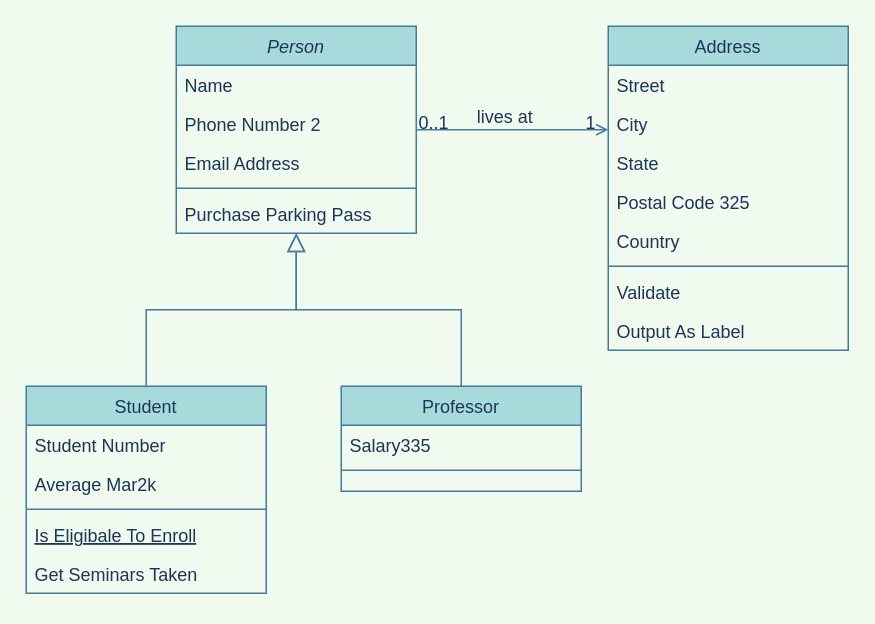
This is Untitled Diagram.drawio from miki-hmt/web-study-note, a draw.io file, before an edit. Source tidied: cells renumbered, new cells numbered last; positions are measured from the earlier drawing's top-left corner, leaving out a move shared by most shapes. Both pictures are drawn from the tidied source at 150%, with x=0, y=0 at pixel (26, 26).
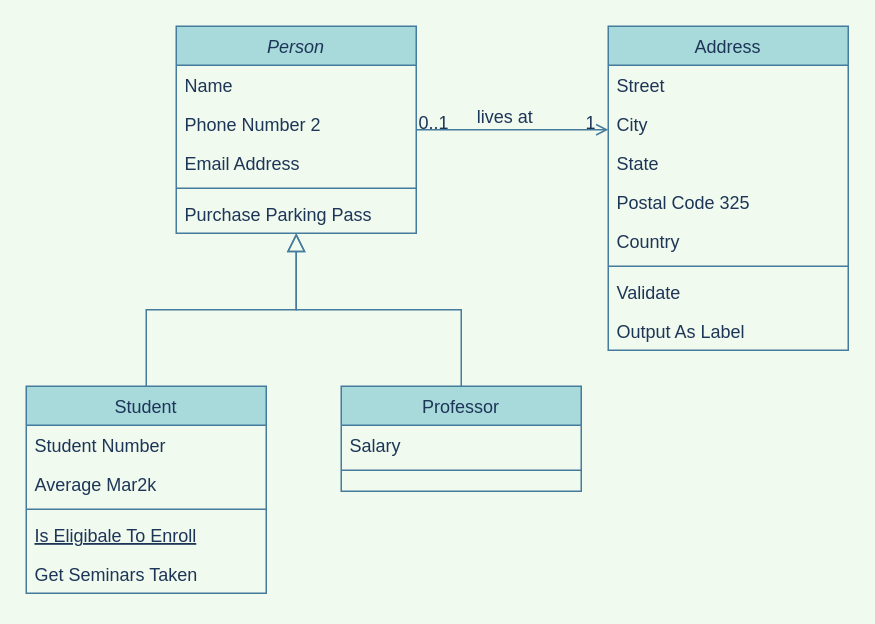
The same diagram, later.

Commit message:
更新并重命名测试文件.drawio

Unchanged cells that the change refers to:
```xml
<mxCell id="15" value="Professor" style="swimlane;fontStyle=0;align=center;verticalAlign=top;horizontal=1;startSize=26;rounded=0;shadow=0;strokeWidth=1;fillColor=#A8DADC;strokeColor=#457B9D;fontColor=#1D3557;" parent="1" vertex="1">
  <mxGeometry x="210" y="240" width="160" height="70" as="geometry" />
</mxCell>
```

The edit, as a diff of the source:
```diff
@@
-    <mxCell id="16" value="Salary335" style="text;align=left;verticalAlign=top;spacingLeft=4;spacingRight=4;overflow=hidden;fontColor=#1D3557;" parent="15" vertex="1">
+    <mxCell id="16" value="Salary" style="text;align=left;verticalAlign=top;spacingLeft=4;spacingRight=4;overflow=hidden;fontColor=#1D3557;" parent="15" vertex="1">
       <mxGeometry y="26" width="160" height="26" as="geometry" />
     </mxCell>
```
